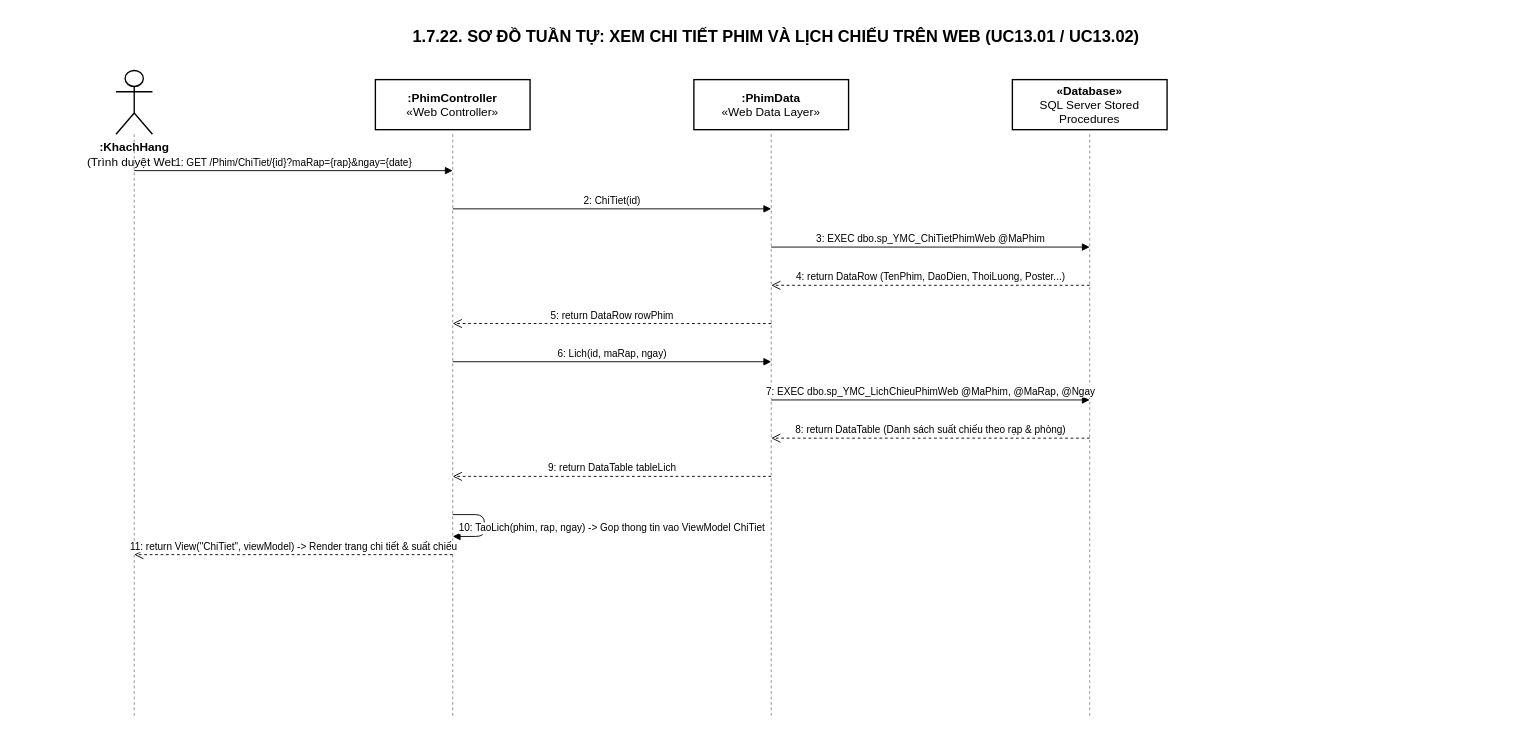
This is Docs/Diagrams/23-Sequence-22-XemChiTietPhimLichWeb.drawio from ThanhDat-png/YeuMinhEmCinema, a draw.io file, before an edit. Source tidied: cells renumbered, new cells numbered last; positions are measured from the earlier drawing's top-left corner, leaving out a move shared by most shapes. Both pictures are drawn from the tidied source at 91%, with x=0, y=0 at pixel (34, 20).
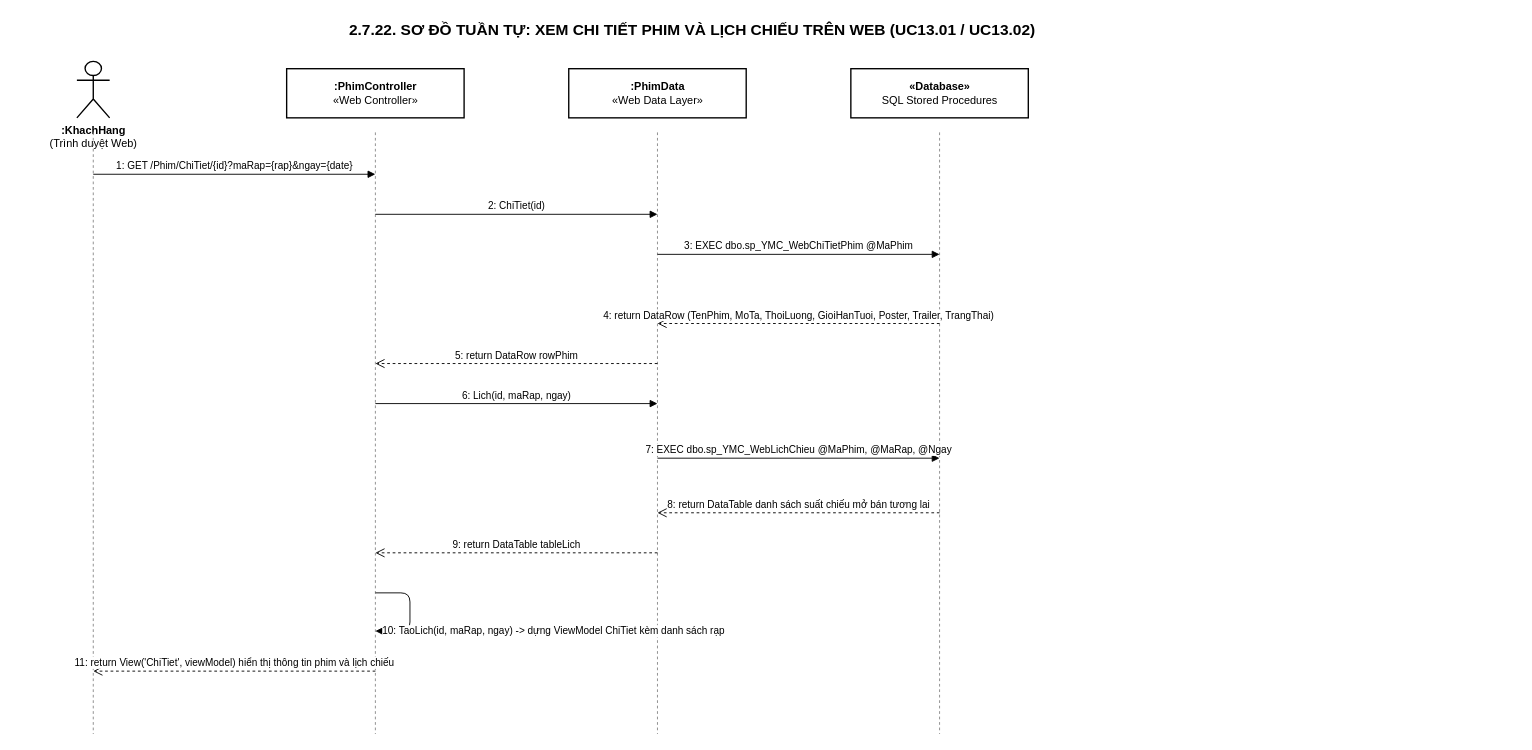
After the change.

What changed in the source:
```diff
@@
-    <mxCell id="2" value="1.7.22. SƠ ĐỒ TUẦN TỰ: XEM CHI TIẾT PHIM VÀ LỊCH CHIẾU TRÊN WEB (UC13.01 / UC13.02)" style="text;html=1;align=center;verticalAlign=middle;fontFamily=Arial;fontSize=18;fontStyle=1;fontColor=#000000;fillColor=none;strokeColor=none;" parent="1" vertex="1">
-      <mxGeometry width="1630" height="35" as="geometry" />
+    <mxCell id="2" value="2.7.22. SƠ ĐỒ TUẦN TỰ: XEM CHI TIẾT PHIM VÀ LỊCH CHIẾU TRÊN WEB (UC13.01 / UC13.02)" style="text;html=1;align=center;verticalAlign=middle;fontFamily=Arial;fontSize=17;fontStyle=1;fontColor=#000000;fillColor=none;strokeColor=none;" parent="1" vertex="1">
+      <mxGeometry x="-20" y="-5" width="1485" height="34" as="geometry" />
     </mxCell>
-    <mxCell id="3" value="&lt;b&gt;:KhachHang&lt;/b&gt;&lt;br&gt;(Trình duyệt Web)" style="shape=umlActor;verticalLabelPosition=bottom;verticalAlign=top;html=1;fontFamily=Arial;fontSize=13;fontColor=#000000;strokeColor=#000000;strokeWidth=1.5;fillColor=#ffffff;" parent="1" vertex="1">
-      <mxGeometry x="90" y="55" width="40" height="70" as="geometry" />
+    <mxCell id="3" value="&lt;b&gt;:KhachHang&lt;/b&gt;&lt;br&gt;(Trình duyệt Web)" style="shape=umlActor;verticalLabelPosition=bottom;verticalAlign=top;html=1;fontFamily=Arial;fontSize=12;fontColor=#000000;strokeColor=#000000;strokeWidth=1.5;fillColor=#ffffff;" parent="1" vertex="1">
+      <mxGeometry x="47" y="45" width="36" height="62" as="geometry" />
     </mxCell>
-    <mxCell id="4" style="line;strokeWidth=1;dashed=1;labelPosition=top;verticalLabelPosition=bottom;align=center;verticalAlign=top;strokeColor=#888888;direction=south;" parent="1" vertex="1">
-      <mxGeometry x="105" y="125" width="10" height="640" as="geometry" />
-    </mxCell>
+    <mxCell id="22" style="line;strokeWidth=1;dashed=1;strokeColor=#888888;direction=south;" parent="1" vertex="1">
+      <mxGeometry x="60" y="123" width="10" height="661" as="geometry" />
+    </mxCell>
-    <mxCell id="5" value="&lt;b&gt;:PhimController&lt;/b&gt;&lt;br&gt;«Web Controller»" style="rounded=0;whiteSpace=wrap;html=1;fontFamily=Arial;fontSize=13;fillColor=#ffffff;strokeColor=#000000;strokeWidth=1.5;fontColor=#000000;" parent="1" vertex="1">
-      <mxGeometry x="375" y="65" width="170" height="55" as="geometry" />
+    <mxCell id="5" value="&lt;b&gt;:PhimController&lt;/b&gt;&lt;br&gt;«Web Controller»" style="rounded=0;whiteSpace=wrap;html=1;fontFamily=Arial;fontSize=12;fillColor=#ffffff;strokeColor=#000000;strokeWidth=1.5;fontColor=#000000;" parent="1" vertex="1">
+      <mxGeometry x="277.5" y="53" width="195" height="54" as="geometry" />
     </mxCell>
-    <mxCell id="6" style="line;strokeWidth=1;dashed=1;labelPosition=top;verticalLabelPosition=bottom;align=center;verticalAlign=top;strokeColor=#888888;direction=south;" parent="1" vertex="1">
-      <mxGeometry x="455" y="125" width="10" height="640" as="geometry" />
-    </mxCell>
+    <mxCell id="23" style="line;strokeWidth=1;dashed=1;strokeColor=#888888;direction=south;" parent="1" vertex="1">
+      <mxGeometry x="370" y="123" width="10" height="661" as="geometry" />
+    </mxCell>
-    <mxCell id="7" value="&lt;b&gt;:PhimData&lt;/b&gt;&lt;br&gt;«Web Data Layer»" style="rounded=0;whiteSpace=wrap;html=1;fontFamily=Arial;fontSize=13;fillColor=#ffffff;strokeColor=#000000;strokeWidth=1.5;fontColor=#000000;" parent="1" vertex="1">
-      <mxGeometry x="725" y="65" width="170" height="55" as="geometry" />
+    <mxCell id="7" value="&lt;b&gt;:PhimData&lt;/b&gt;&lt;br&gt;«Web Data Layer»" style="rounded=0;whiteSpace=wrap;html=1;fontFamily=Arial;fontSize=12;fillColor=#ffffff;strokeColor=#000000;strokeWidth=1.5;fontColor=#000000;" parent="1" vertex="1">
+      <mxGeometry x="587.5" y="53" width="195" height="54" as="geometry" />
     </mxCell>
-    <mxCell id="8" style="line;strokeWidth=1;dashed=1;labelPosition=top;verticalLabelPosition=bottom;align=center;verticalAlign=top;strokeColor=#888888;direction=south;" parent="1" vertex="1">
-      <mxGeometry x="805" y="125" width="10" height="640" as="geometry" />
-    </mxCell>
-    <mxCell id="9" value="&lt;b&gt;«Database»&lt;/b&gt;&lt;br&gt;SQL Server Stored Procedures" style="rounded=0;whiteSpace=wrap;html=1;fontFamily=Arial;fontSize=13;fillColor=#ffffff;strokeColor=#000000;strokeWidth=1.5;fontColor=#000000;" parent="1" vertex="1">
-      <mxGeometry x="1075" y="65" width="170" height="55" as="geometry" />
-    </mxCell>
-    <mxCell id="10" style="line;strokeWidth=1;dashed=1;labelPosition=top;verticalLabelPosition=bottom;align=center;verticalAlign=top;strokeColor=#888888;direction=south;" parent="1" vertex="1">
-      <mxGeometry x="1155" y="125" width="10" height="640" as="geometry" />
-    </mxCell>
+    <mxCell id="24" style="line;strokeWidth=1;dashed=1;strokeColor=#888888;direction=south;" parent="1" vertex="1">
+      <mxGeometry x="680" y="123" width="10" height="661" as="geometry" />
+    </mxCell>
+    <mxCell id="25" value="&lt;b&gt;«Database»&lt;/b&gt;&lt;br&gt;SQL Stored Procedures" style="rounded=0;whiteSpace=wrap;html=1;fontFamily=Arial;fontSize=12;fillColor=#ffffff;strokeColor=#000000;strokeWidth=1.5;fontColor=#000000;" parent="1" vertex="1">
+      <mxGeometry x="897.5" y="53" width="195" height="54" as="geometry" />
+    </mxCell>
+    <mxCell id="26" style="line;strokeWidth=1;dashed=1;strokeColor=#888888;direction=south;" parent="1" vertex="1">
+      <mxGeometry x="990" y="123" width="10" height="661" as="geometry" />
+    </mxCell>
+    <mxCell id="27" value="1: GET /Phim/ChiTiet/{id}?maRap={rap}&amp;ngay={date}" style="html=1;verticalAlign=bottom;endArrow=block;strokeColor=#000000;fontFamily=Arial;fontSize=11;fontColor=#000000;" parent="1" edge="1">
+      <mxGeometry relative="1" as="geometry">
+        <mxPoint x="65" y="169" as="sourcePoint" />
+        <mxPoint x="375" y="169" as="targetPoint" />
+      </mxGeometry>
+    </mxCell>
-    <mxCell id="11" value="1: GET /Phim/ChiTiet/{id}?maRap={rap}&amp;ngay={date}" style="html=1;verticalAlign=bottom;endArrow=block;strokeColor=#000000;fontFamily=Arial;fontSize=11;fontColor=#000000;" parent="1" edge="1">
+    <mxCell id="11" value="2: ChiTiet(id)" style="html=1;verticalAlign=bottom;endArrow=block;strokeColor=#000000;fontFamily=Arial;fontSize=11;fontColor=#000000;" parent="1" edge="1">
       <mxGeometry relative="1" as="geometry">
-        <mxPoint x="110" y="165" as="sourcePoint" />
-        <mxPoint x="460" y="165" as="targetPoint" />
+        <mxPoint x="375" y="213" as="sourcePoint" />
+        <mxPoint x="685" y="213" as="targetPoint" />
       </mxGeometry>
     </mxCell>
-    <mxCell id="12" value="2: ChiTiet(id)" style="html=1;verticalAlign=bottom;endArrow=block;strokeColor=#000000;fontFamily=Arial;fontSize=11;fontColor=#000000;" parent="1" edge="1">
+    <mxCell id="12" value="3: EXEC dbo.sp_YMC_WebChiTietPhim @MaPhim" style="html=1;verticalAlign=bottom;endArrow=block;strokeColor=#000000;fontFamily=Arial;fontSize=11;fontColor=#000000;" parent="1" edge="1">
       <mxGeometry relative="1" as="geometry">
-        <mxPoint x="460" y="207" as="sourcePoint" />
-        <mxPoint x="810" y="207" as="targetPoint" />
+        <mxPoint x="685" y="257" as="sourcePoint" />
+        <mxPoint x="995" y="257" as="targetPoint" />
       </mxGeometry>
     </mxCell>
-    <mxCell id="13" value="3: EXEC dbo.sp_YMC_ChiTietPhimWeb @MaPhim" style="html=1;verticalAlign=bottom;endArrow=block;strokeColor=#000000;fontFamily=Arial;fontSize=11;fontColor=#000000;" parent="1" edge="1">
+    <mxCell id="13" value="4: return DataRow (TenPhim, MoTa, ThoiLuong, GioiHanTuoi, Poster, Trailer, TrangThai)" style="html=1;verticalAlign=bottom;endArrow=open;dashed=1;endSize=8;strokeColor=#000000;fontFamily=Arial;fontSize=11;fontColor=#000000;" parent="1" edge="1">
       <mxGeometry relative="1" as="geometry">
-        <mxPoint x="810" y="249" as="sourcePoint" />
-        <mxPoint x="1160" y="249" as="targetPoint" />
+        <mxPoint x="995" y="333" as="sourcePoint" />
+        <mxPoint x="685" y="333" as="targetPoint" />
       </mxGeometry>
     </mxCell>
-    <mxCell id="14" value="4: return DataRow (TenPhim, DaoDien, ThoiLuong, Poster...)" style="html=1;verticalAlign=bottom;endArrow=open;dashed=1;endSize=8;strokeColor=#000000;fontFamily=Arial;fontSize=11;fontColor=#000000;" parent="1" edge="1">
+    <mxCell id="14" value="5: return DataRow rowPhim" style="html=1;verticalAlign=bottom;endArrow=open;dashed=1;endSize=8;strokeColor=#000000;fontFamily=Arial;fontSize=11;fontColor=#000000;" parent="1" edge="1">
       <mxGeometry relative="1" as="geometry">
-        <mxPoint x="1160" y="291" as="sourcePoint" />
-        <mxPoint x="810" y="291" as="targetPoint" />
+        <mxPoint x="685" y="377" as="sourcePoint" />
+        <mxPoint x="375" y="377" as="targetPoint" />
       </mxGeometry>
     </mxCell>
-    <mxCell id="15" value="5: return DataRow rowPhim" style="html=1;verticalAlign=bottom;endArrow=open;dashed=1;endSize=8;strokeColor=#000000;fontFamily=Arial;fontSize=11;fontColor=#000000;" parent="1" edge="1">
+    <mxCell id="15" value="6: Lich(id, maRap, ngay)" style="html=1;verticalAlign=bottom;endArrow=block;strokeColor=#000000;fontFamily=Arial;fontSize=11;fontColor=#000000;" parent="1" edge="1">
       <mxGeometry relative="1" as="geometry">
-        <mxPoint x="810" y="333" as="sourcePoint" />
-        <mxPoint x="460" y="333" as="targetPoint" />
+        <mxPoint x="375" y="421" as="sourcePoint" />
+        <mxPoint x="685" y="421" as="targetPoint" />
       </mxGeometry>
     </mxCell>
-    <mxCell id="16" value="6: Lich(id, maRap, ngay)" style="html=1;verticalAlign=bottom;endArrow=block;strokeColor=#000000;fontFamily=Arial;fontSize=11;fontColor=#000000;" parent="1" edge="1">
+    <mxCell id="16" value="7: EXEC dbo.sp_YMC_WebLichChieu @MaPhim, @MaRap, @Ngay" style="html=1;verticalAlign=bottom;endArrow=block;strokeColor=#000000;fontFamily=Arial;fontSize=11;fontColor=#000000;" parent="1" edge="1">
       <mxGeometry relative="1" as="geometry">
-        <mxPoint x="460" y="375" as="sourcePoint" />
-        <mxPoint x="810" y="375" as="targetPoint" />
+        <mxPoint x="685" y="481" as="sourcePoint" />
+        <mxPoint x="995" y="481" as="targetPoint" />
       </mxGeometry>
     </mxCell>
-    <mxCell id="17" value="7: EXEC dbo.sp_YMC_LichChieuPhimWeb @MaPhim, @MaRap, @Ngay" style="html=1;verticalAlign=bottom;endArrow=block;strokeColor=#000000;fontFamily=Arial;fontSize=11;fontColor=#000000;" parent="1" edge="1">
+    <mxCell id="17" value="8: return DataTable danh sách suất chiếu mở bán tương lai" style="html=1;verticalAlign=bottom;endArrow=open;dashed=1;endSize=8;strokeColor=#000000;fontFamily=Arial;fontSize=11;fontColor=#000000;" parent="1" edge="1">
       <mxGeometry relative="1" as="geometry">
-        <mxPoint x="810" y="417" as="sourcePoint" />
-        <mxPoint x="1160" y="417" as="targetPoint" />
+        <mxPoint x="995" y="541" as="sourcePoint" />
+        <mxPoint x="685" y="541" as="targetPoint" />
       </mxGeometry>
     </mxCell>
-    <mxCell id="18" value="8: return DataTable (Danh sách suất chiếu theo rạp &amp; phòng)" style="html=1;verticalAlign=bottom;endArrow=open;dashed=1;endSize=8;strokeColor=#000000;fontFamily=Arial;fontSize=11;fontColor=#000000;" parent="1" edge="1">
+    <mxCell id="18" value="9: return DataTable tableLich" style="html=1;verticalAlign=bottom;endArrow=open;dashed=1;endSize=8;strokeColor=#000000;fontFamily=Arial;fontSize=11;fontColor=#000000;" parent="1" edge="1">
       <mxGeometry relative="1" as="geometry">
-        <mxPoint x="1160" y="459" as="sourcePoint" />
-        <mxPoint x="810" y="459" as="targetPoint" />
+        <mxPoint x="685" y="585" as="sourcePoint" />
+        <mxPoint x="375" y="585" as="targetPoint" />
       </mxGeometry>
     </mxCell>
-    <mxCell id="19" value="9: return DataTable tableLich" style="html=1;verticalAlign=bottom;endArrow=open;dashed=1;endSize=8;strokeColor=#000000;fontFamily=Arial;fontSize=11;fontColor=#000000;" parent="1" edge="1">
-      <mxGeometry relative="1" as="geometry">
-        <mxPoint x="810" y="501" as="sourcePoint" />
-        <mxPoint x="460" y="501" as="targetPoint" />
+    <mxCell id="19" value="10: TaoLich(id, maRap, ngay) -&gt; dựng ViewModel ChiTiet kèm danh sách rạp" style="edgeStyle=orthogonalEdgeStyle;html=1;align=left;spacingLeft=6;verticalAlign=middle;endArrow=block;strokeColor=#000000;fontFamily=Arial;fontSize=11;fontColor=#000000;" parent="1" edge="1">
+      <mxGeometry x="1" relative="1" as="geometry">
+        <mxPoint x="375" y="629" as="sourcePoint" />
+        <mxPoint x="375" y="671" as="targetPoint" />
+        <Array as="points">
+          <mxPoint x="413" y="629" />
+          <mxPoint x="413" y="671" />
+        </Array>
       </mxGeometry>
     </mxCell>
-    <mxCell id="20" value="10: TaoLich(phim, rap, ngay) -&gt; Gop thong tin vao ViewModel ChiTiet" style="edgeStyle=orthogonalEdgeStyle;html=1;align=left;spacingLeft=5;verticalAlign=bottom;endArrow=block;strokeColor=#000000;fontFamily=Arial;fontSize=11;fontColor=#000000;" parent="1" edge="1">
-      <mxGeometry x="1" relative="1" as="geometry">
-        <mxPoint x="460" y="543" as="sourcePoint" />
-        <mxPoint x="460" y="567" as="targetPoint" />
-        <Array as="points">
-          <mxPoint x="495" y="543" />
-          <mxPoint x="495" y="567" />
-        </Array>
+    <mxCell id="20" value="11: return View('ChiTiet', viewModel) hiển thị thông tin phim và lịch chiếu" style="html=1;verticalAlign=bottom;endArrow=open;dashed=1;endSize=8;strokeColor=#000000;fontFamily=Arial;fontSize=11;fontColor=#000000;" parent="1" edge="1">
+      <mxGeometry relative="1" as="geometry">
+        <mxPoint x="375" y="715" as="sourcePoint" />
+        <mxPoint x="65" y="715" as="targetPoint" />
       </mxGeometry>
     </mxCell>
-    <mxCell id="21" value="11: return View(&quot;ChiTiet&quot;, viewModel) -&gt; Render trang chi tiết &amp; suất chiếu" style="html=1;verticalAlign=bottom;endArrow=open;dashed=1;endSize=8;strokeColor=#000000;fontFamily=Arial;fontSize=11;fontColor=#000000;" parent="1" edge="1">
-      <mxGeometry relative="1" as="geometry">
-        <mxPoint x="460" y="587" as="sourcePoint" />
-        <mxPoint x="110" y="587" as="targetPoint" />
-      </mxGeometry>
-    </mxCell>
```
